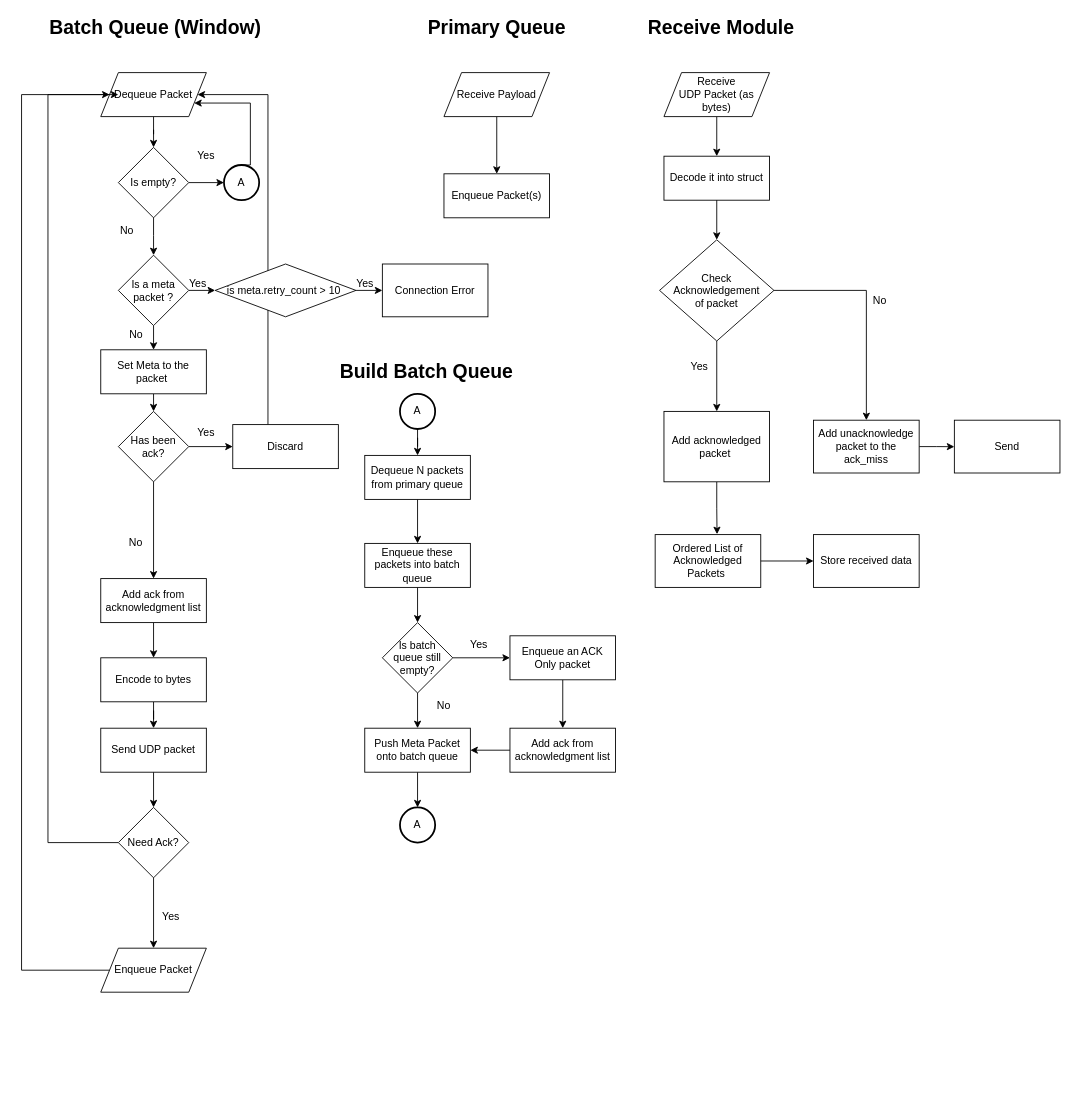
Prototype-Aether/Prototype-Aether keeps this draw.io diagram as page "Queue" (3 of 4) of Software-Architecture.drawio. Above is the earlier version. Source tidied: cells renumbered, new cells numbered last; positions are measured from the earlier drawing's top-left corner, leaving out a move shared by most shapes. Both pictures are drawn from the tidied source at 88%, with x=0, y=0 at pixel (21, 15).
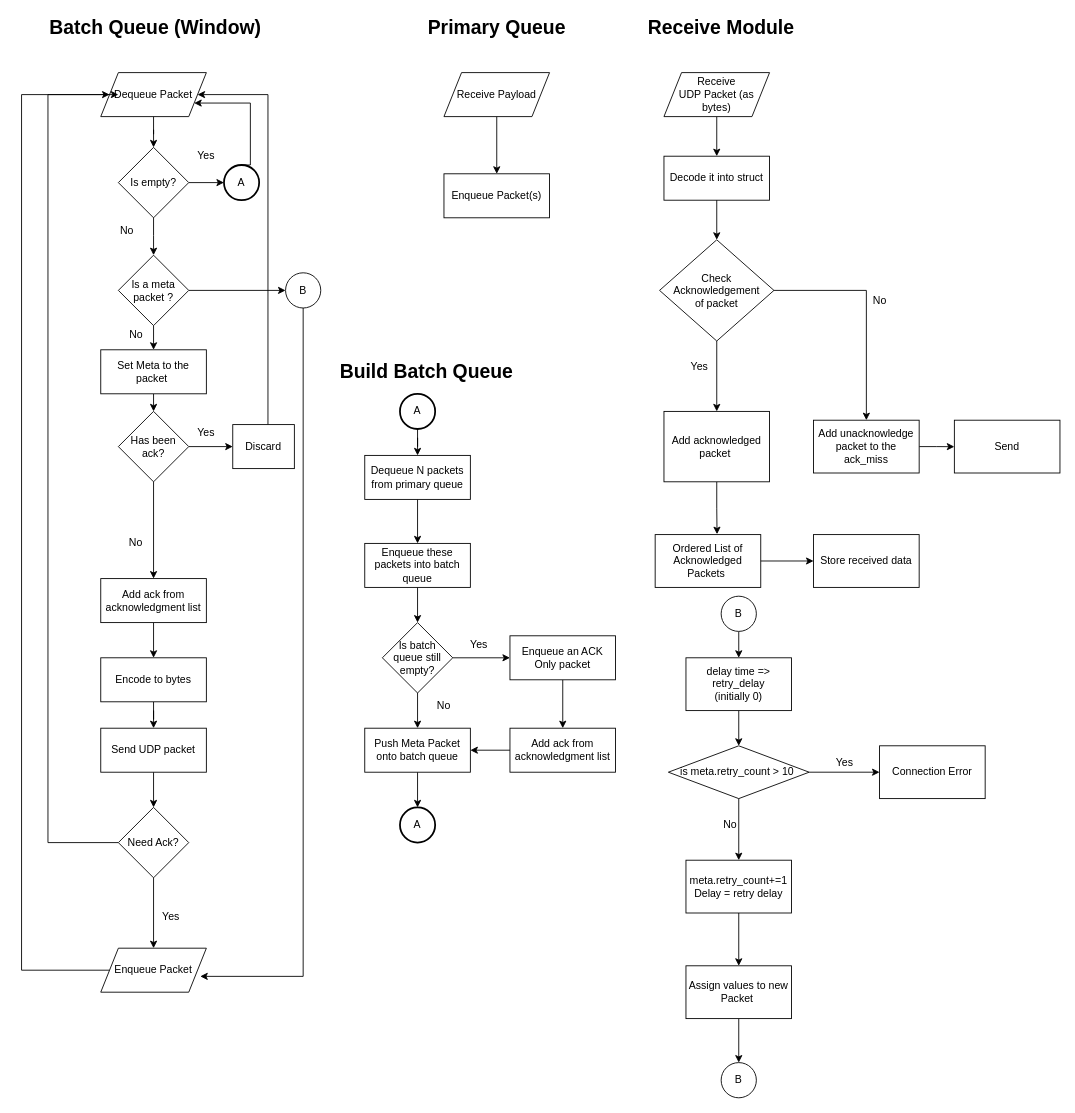
The same page after the edit.

Unchanged cells that the change refers to:
```xml
<mxCell id="15" value="Enqueue Packet" style="shape=parallelogram;perimeter=parallelogramPerimeter;whiteSpace=wrap;html=1;fixedSize=1;" parent="1" vertex="1">
  <mxGeometry x="90" y="1060" width="120" height="50" as="geometry" />
</mxCell>
<mxCell id="73" value="Is a meta packet ?" style="rhombus;whiteSpace=wrap;html=1;" parent="1" vertex="1">
  <mxGeometry x="110" y="272.5" width="80" height="80" as="geometry" />
</mxCell>
```

What changed in the source:
```diff
@@
     <mxCell id="7" value="Discard" style="whiteSpace=wrap;html=1;" parent="1" vertex="1">
-      <mxGeometry x="240" y="465" width="120" height="50" as="geometry" />
+      <mxGeometry x="240" y="465" width="70" height="50" as="geometry" />
     </mxCell>
@@
-    <mxCell id="71" style="edgeStyle=orthogonalEdgeStyle;rounded=0;jettySize=auto;html=1;exitX=1;exitY=0.5;exitDx=0;exitDy=0;entryX=0;entryY=0.5;entryDx=0;entryDy=0;" parent="1" edge="1" source="73" target="75">
-      <mxGeometry relative="1" as="geometry" />
-    </mxCell>
@@
+    <mxCell id="84" style="edgeStyle=orthogonalEdgeStyle;rounded=0;jettySize=auto;html=1;exitX=1;exitY=0.5;exitDx=0;exitDy=0;entryX=0;entryY=0.5;entryDx=0;entryDy=0;" parent="1" edge="1" source="73" target="96">
+      <mxGeometry relative="1" as="geometry" />
+    </mxCell>
@@
-    <mxCell id="74" style="edgeStyle=orthogonalEdgeStyle;rounded=0;jettySize=auto;html=1;exitX=1;exitY=0.5;exitDx=0;exitDy=0;entryX=0;entryY=0.5;entryDx=0;entryDy=0;" parent="1" edge="1" source="75" target="76">
-      <mxGeometry relative="1" as="geometry" />
-    </mxCell>
-    <mxCell id="75" value="is meta.retry_count &amp;gt; 10&amp;nbsp;" style="rhombus;whiteSpace=wrap;html=1;" parent="1" vertex="1">
-      <mxGeometry x="220" y="282.5" width="160" height="60" as="geometry" />
-    </mxCell>
-    <mxCell id="76" value="Connection Error" style="rounded=0;whiteSpace=wrap;html=1;" parent="1" vertex="1">
-      <mxGeometry x="410" y="282.5" width="120" height="60" as="geometry" />
-    </mxCell>
-    <mxCell id="77" value="Yes" style="text;html=1;align=center;verticalAlign=middle;strokeColor=none;fillColor=none;" parent="1" vertex="1">
-      <mxGeometry x="180" y="295" width="40" height="20" as="geometry" />
-    </mxCell>
@@
-    <mxCell id="80" value="Yes" style="text;html=1;align=center;verticalAlign=middle;strokeColor=none;fillColor=none;" parent="1" vertex="1">
-      <mxGeometry x="370" y="295" width="40" height="20" as="geometry" />
-    </mxCell>
@@
+    <mxCell id="85" style="edgeStyle=orthogonalEdgeStyle;rounded=0;jettySize=auto;html=1;exitX=0.5;exitY=1;exitDx=0;exitDy=0;entryX=0.5;entryY=0;entryDx=0;entryDy=0;" parent="1" edge="1" source="86" target="98">
+      <mxGeometry relative="1" as="geometry" />
+    </mxCell>
+    <mxCell id="86" value="B" style="ellipse;whiteSpace=wrap;html=1;" parent="1" vertex="1">
+      <mxGeometry x="795" y="660" width="40" height="40" as="geometry" />
+    </mxCell>
+    <mxCell id="74" style="edgeStyle=orthogonalEdgeStyle;rounded=0;jettySize=auto;html=1;exitX=1;exitY=0.5;exitDx=0;exitDy=0;entryX=0;entryY=0.5;entryDx=0;entryDy=0;" parent="1" edge="1" source="75" target="76">
+      <mxGeometry relative="1" as="geometry" />
+    </mxCell>
+    <mxCell id="87" style="edgeStyle=orthogonalEdgeStyle;rounded=0;jettySize=auto;html=1;exitX=0.5;exitY=1;exitDx=0;exitDy=0;entryX=0.5;entryY=0;entryDx=0;entryDy=0;" parent="1" edge="1" source="75" target="91">
+      <mxGeometry relative="1" as="geometry" />
+    </mxCell>
+    <mxCell id="75" value="is meta.retry_count &amp;gt; 10&amp;nbsp;" style="rhombus;whiteSpace=wrap;html=1;" parent="1" vertex="1">
+      <mxGeometry x="735" y="830" width="160" height="60" as="geometry" />
+    </mxCell>
+    <mxCell id="76" value="Connection Error" style="rounded=0;whiteSpace=wrap;html=1;" parent="1" vertex="1">
+      <mxGeometry x="975" y="830" width="120" height="60" as="geometry" />
+    </mxCell>
+    <mxCell id="88" value="Yes" style="text;html=1;align=center;verticalAlign=middle;strokeColor=none;fillColor=none;" parent="1" vertex="1">
+      <mxGeometry x="915" y="840" width="40" height="20" as="geometry" />
+    </mxCell>
+    <mxCell id="89" value="No" style="text;html=1;align=center;verticalAlign=middle;strokeColor=none;fillColor=none;" parent="1" vertex="1">
+      <mxGeometry x="790" y="910" width="30" height="20" as="geometry" />
+    </mxCell>
+    <mxCell id="90" style="edgeStyle=orthogonalEdgeStyle;rounded=0;jettySize=auto;html=1;exitX=0.5;exitY=1;exitDx=0;exitDy=0;entryX=0.5;entryY=0;entryDx=0;entryDy=0;" parent="1" edge="1" source="91" target="93">
+      <mxGeometry relative="1" as="geometry" />
+    </mxCell>
+    <mxCell id="91" value="meta.retry_count+=1&lt;br&gt;Delay = retry delay" style="rounded=0;whiteSpace=wrap;html=1;" parent="1" vertex="1">
+      <mxGeometry x="755" y="960" width="120" height="60" as="geometry" />
+    </mxCell>
+    <mxCell id="92" style="edgeStyle=orthogonalEdgeStyle;rounded=0;jettySize=auto;html=1;exitX=0.5;exitY=1;exitDx=0;exitDy=0;entryX=0.5;entryY=0;entryDx=0;entryDy=0;" parent="1" edge="1" source="93" target="94">
+      <mxGeometry relative="1" as="geometry" />
+    </mxCell>
+    <mxCell id="93" value="Assign values to new Packet&amp;nbsp;" style="rounded=0;whiteSpace=wrap;html=1;" parent="1" vertex="1">
+      <mxGeometry x="755" y="1080" width="120" height="60" as="geometry" />
+    </mxCell>
+    <mxCell id="94" value="B" style="ellipse;whiteSpace=wrap;html=1;" parent="1" vertex="1">
+      <mxGeometry x="795" y="1190" width="40" height="40" as="geometry" />
+    </mxCell>
+    <mxCell id="95" style="edgeStyle=orthogonalEdgeStyle;rounded=0;jettySize=auto;html=1;exitX=0.5;exitY=1;exitDx=0;exitDy=0;entryX=0.942;entryY=0.64;entryDx=0;entryDy=0;entryPerimeter=0;" parent="1" edge="1" source="96" target="15">
+      <mxGeometry relative="1" as="geometry">
+        <Array as="points">
+          <mxPoint x="320" y="1092" />
+        </Array>
+      </mxGeometry>
+    </mxCell>
+    <mxCell id="96" value="B" style="ellipse;whiteSpace=wrap;html=1;" parent="1" vertex="1">
+      <mxGeometry x="300" y="292.5" width="40" height="40" as="geometry" />
+    </mxCell>
+    <mxCell id="97" style="edgeStyle=orthogonalEdgeStyle;rounded=0;jettySize=auto;html=1;exitX=0.5;exitY=1;exitDx=0;exitDy=0;entryX=0.5;entryY=0;entryDx=0;entryDy=0;" parent="1" edge="1" source="98" target="75">
+      <mxGeometry relative="1" as="geometry" />
+    </mxCell>
+    <mxCell id="98" value="delay time =&amp;gt; retry_delay&lt;br&gt;(initially 0)" style="rounded=0;whiteSpace=wrap;html=1;" parent="1" vertex="1">
+      <mxGeometry x="755" y="730" width="120" height="60" as="geometry" />
+    </mxCell>
```
